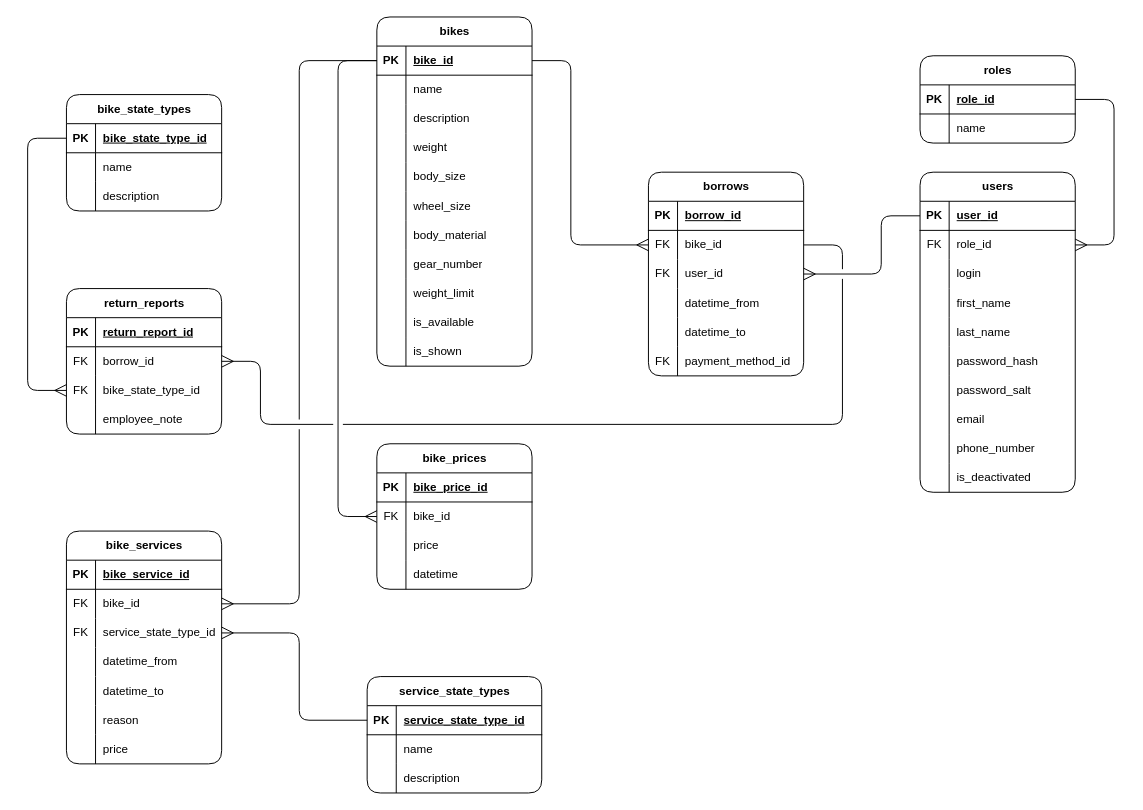
This is page "ER Diagram" (6 of 6) of diagrams.drawio from KrazyManJ/jolt, a draw.io file, before an edit. Source tidied: cells renumbered, new cells numbered last; positions are measured from the earlier drawing's top-left corner, leaving out a move shared by most shapes. Both pictures are drawn from the tidied source at 97%, with x=0, y=0 at pixel (27, 16).
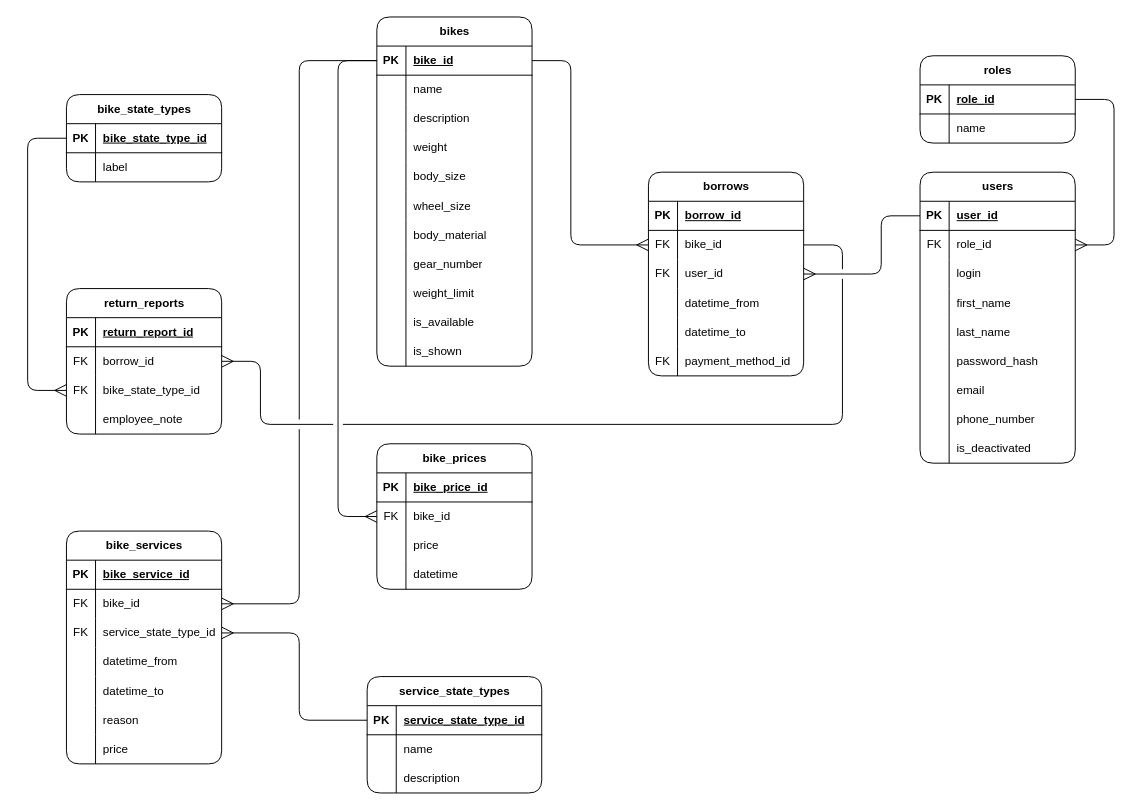
The same diagram, later.

Unchanged cells that the change refers to:
```xml
<mxCell id="151" style="shape=tableRow;horizontal=0;startSize=0;swimlaneHead=0;swimlaneBody=0;fillColor=none;top=0;left=0;right=0;bottom=0;html=1;" parent="147" vertex="1">
  <mxGeometry y="60" width="160" height="30" as="geometry" />
</mxCell>
```

The edit, as a diff of the source:
```diff
@@
     <mxCell id="70" value="users" style="shape=table;startSize=30;childLayout=tableLayout;rowLines=0;fontStyle=1;align=center;html=1;rounded=1;" parent="1" vertex="1">
-      <mxGeometry x="920" y="160" width="160" height="330" as="geometry" />
+      <mxGeometry x="920" y="160" width="160" height="300" as="geometry" />
     </mxCell>
@@
-    <mxCell id="89" style="shape=tableRow;horizontal=0;startSize=0;swimlaneHead=0;swimlaneBody=0;fillColor=none;top=0;left=0;right=0;bottom=0;html=1;" parent="70" vertex="1">
-      <mxGeometry y="210" width="160" height="30" as="geometry" />
-    </mxCell>
-    <mxCell id="90" style="shape=partialRectangle;fillColor=none;top=0;left=0;bottom=0;right=0;overflow=hidden;html=1;fontStyle=0;" parent="89" vertex="1">
-      <mxGeometry width="30" height="30" as="geometry" />
-    </mxCell>
-    <mxCell id="91" value="password_salt" style="shape=partialRectangle;fillColor=none;top=0;left=0;bottom=0;right=0;align=left;spacingLeft=6;overflow=hidden;html=1;" parent="89" vertex="1">
-      <mxGeometry x="30" width="130" height="30" as="geometry" />
-    </mxCell>
     <mxCell id="92" style="shape=tableRow;horizontal=0;startSize=0;swimlaneHead=0;swimlaneBody=0;fillColor=none;top=0;left=0;right=0;bottom=0;html=1;" parent="70" vertex="1">
-      <mxGeometry y="240" width="160" height="30" as="geometry" />
+      <mxGeometry y="210" width="160" height="30" as="geometry" />
     </mxCell>
@@
     <mxCell id="95" style="shape=tableRow;horizontal=0;startSize=0;swimlaneHead=0;swimlaneBody=0;fillColor=none;top=0;left=0;right=0;bottom=0;html=1;" parent="70" vertex="1">
-      <mxGeometry y="270" width="160" height="30" as="geometry" />
+      <mxGeometry y="240" width="160" height="30" as="geometry" />
     </mxCell>
@@
     <mxCell id="98" style="shape=tableRow;horizontal=0;startSize=0;swimlaneHead=0;swimlaneBody=0;fillColor=none;top=0;left=0;right=0;bottom=0;html=1;" parent="70" vertex="1">
-      <mxGeometry y="300" width="160" height="30" as="geometry" />
+      <mxGeometry y="270" width="160" height="30" as="geometry" />
     </mxCell>
@@
     <mxCell id="147" value="bike_state_types" style="shape=table;startSize=30;childLayout=tableLayout;rowLines=0;fontStyle=1;align=center;html=1;rounded=1;" parent="1" vertex="1">
-      <mxGeometry x="40" y="80" width="160" height="120" as="geometry" />
+      <mxGeometry x="40" y="80" width="160" height="90" as="geometry" />
     </mxCell>
@@
-    <mxCell id="153" value="name" style="shape=partialRectangle;fillColor=none;top=0;left=0;bottom=0;right=0;align=left;spacingLeft=6;overflow=hidden;html=1;" parent="151" vertex="1">
+    <mxCell id="153" value="label" style="shape=partialRectangle;fillColor=none;top=0;left=0;bottom=0;right=0;align=left;spacingLeft=6;overflow=hidden;html=1;" parent="151" vertex="1">
       <mxGeometry x="30" width="130" height="30" as="geometry" />
     </mxCell>
-    <mxCell id="154" style="shape=tableRow;horizontal=0;startSize=0;swimlaneHead=0;swimlaneBody=0;fillColor=none;top=0;left=0;right=0;bottom=0;html=1;" parent="147" vertex="1">
-      <mxGeometry y="90" width="160" height="30" as="geometry" />
-    </mxCell>
-    <mxCell id="155" style="shape=partialRectangle;fillColor=none;top=0;left=0;bottom=0;right=0;overflow=hidden;html=1;fontStyle=0;" parent="154" vertex="1">
-      <mxGeometry width="30" height="30" as="geometry" />
-    </mxCell>
-    <mxCell id="156" value="description" style="shape=partialRectangle;fillColor=none;top=0;left=0;bottom=0;right=0;align=left;spacingLeft=6;overflow=hidden;html=1;" parent="154" vertex="1">
-      <mxGeometry x="30" width="130" height="30" as="geometry" />
-    </mxCell>
```
